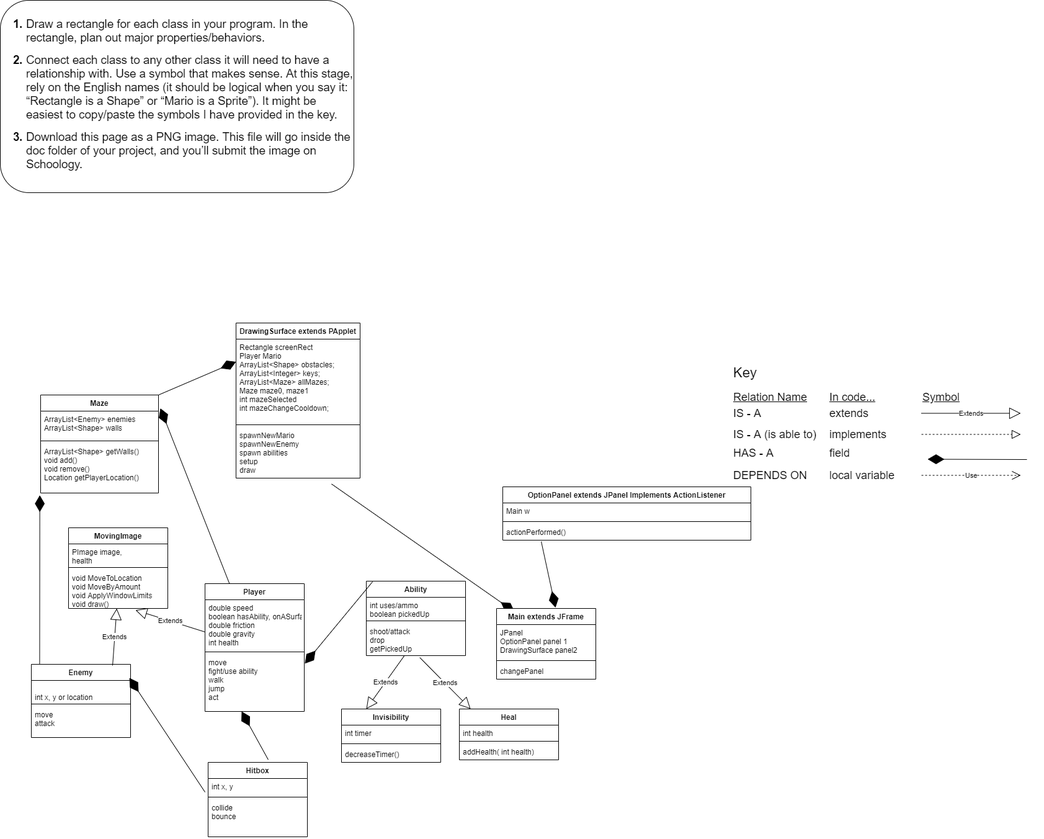
Above: doc/Maze Final Project UML.png in HHSAPCompSci2020/capstone-project-p3-maze-runners (draw.io), before the change. Source tidied: cells renumbered, new cells last; positions are measured from the earlier drawing's top-left corner, leaving out a move shared by most shapes.
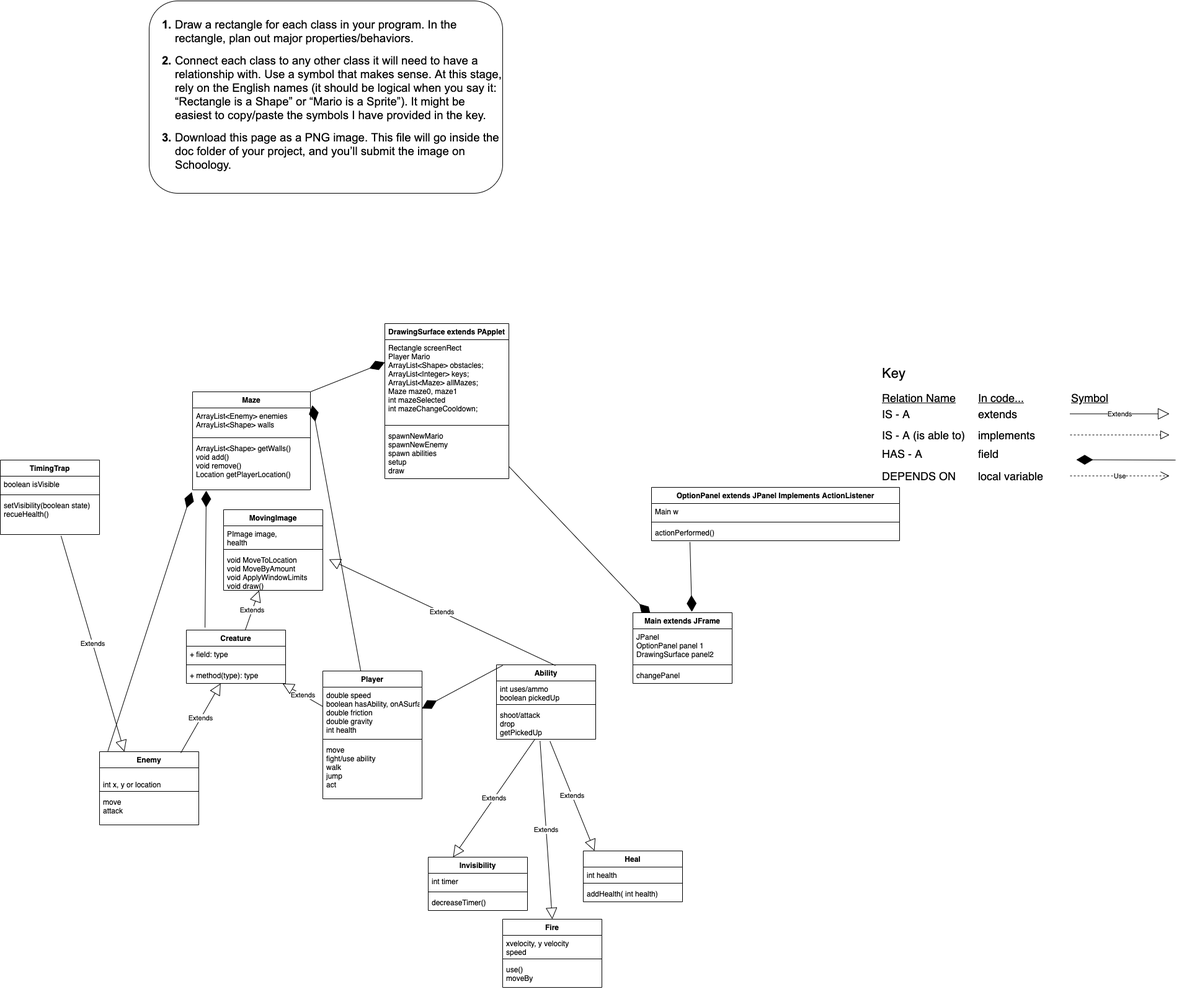
Later version of the same file.

Commit message:
Updated ReadMe and UML diagram

What changed in the source:
```diff
@@ -63,7 +63,7 @@
       </mxGeometry>
     </mxCell>
     <mxCell id="19" value="Maze" style="swimlane;fontStyle=1;align=center;verticalAlign=top;horizontal=1;startSize=26;" parent="1" vertex="1">
-      <mxGeometry x="65" y="636" width="190" height="158" as="geometry" />
+      <mxGeometry x="70" y="630" width="190" height="158" as="geometry" />
     </mxCell>
     <mxCell id="20" value="ArrayList&lt;Enemy&gt; enemies&#10;ArrayList&lt;Shape&gt; walls" style="text;strokeColor=none;fillColor=none;align=left;verticalAlign=top;spacingLeft=4;spacingRight=4;overflow=hidden;" parent="19" vertex="1">
       <mxGeometry y="26" width="190" height="44" as="geometry" />
@@ -75,7 +75,7 @@
       <mxGeometry y="78" width="190" height="80" as="geometry" />
     </mxCell>
     <mxCell id="23" value="Player" style="swimlane;fontStyle=1;align=center;verticalAlign=top;horizontal=1;startSize=26;" parent="1" vertex="1">
-      <mxGeometry x="330" y="940" width="160" height="206" as="geometry" />
+      <mxGeometry x="280" y="1080" width="160" height="206" as="geometry" />
     </mxCell>
     <mxCell id="24" value="double speed&#10;boolean hasAbility, onASurface&#10;double friction&#10;double gravity&#10;int health" style="text;strokeColor=none;fillColor=none;align=left;verticalAlign=top;spacingLeft=4;spacingRight=4;overflow=hidden;" parent="23" vertex="1">
       <mxGeometry y="26" width="160" height="80" as="geometry" />
@@ -86,20 +86,8 @@
     <mxCell id="26" value="move&#10;fight/use ability&#10;walk&#10;jump&#10;act&#10;" style="text;strokeColor=none;fillColor=none;align=left;verticalAlign=top;spacingLeft=4;spacingRight=4;overflow=hidden;points=[[0,0.5],[1,0.5]];portConstraint=eastwest;" parent="23" vertex="1">
       <mxGeometry y="114" width="160" height="92" as="geometry" />
     </mxCell>
-    <mxCell id="27" value="Hitbox" style="swimlane;fontStyle=1;align=center;verticalAlign=top;horizontal=1;startSize=26;" parent="1" vertex="1">
-      <mxGeometry x="335" y="1228" width="160" height="120" as="geometry" />
-    </mxCell>
-    <mxCell id="28" value="int x, y" style="text;strokeColor=none;fillColor=none;align=left;verticalAlign=top;spacingLeft=4;spacingRight=4;overflow=hidden;points=[[0,0.5],[1,0.5]];portConstraint=eastwest;" parent="27" vertex="1">
-      <mxGeometry y="26" width="160" height="26" as="geometry" />
-    </mxCell>
-    <mxCell id="29" style="line;strokeWidth=1;fillColor=none;align=left;verticalAlign=middle;spacingTop=-1;spacingLeft=3;spacingRight=3;labelPosition=right;" parent="27" vertex="1">
-      <mxGeometry y="52" width="160" height="8" as="geometry" />
-    </mxCell>
-    <mxCell id="30" value="collide&#10;bounce&#10;" style="text;strokeColor=none;fillColor=none;align=left;verticalAlign=top;spacingLeft=4;spacingRight=4;overflow=hidden;" parent="27" vertex="1">
-      <mxGeometry y="60" width="160" height="60" as="geometry" />
-    </mxCell>
     <mxCell id="31" value="Enemy" style="swimlane;fontStyle=1;align=center;verticalAlign=top;horizontal=1;startSize=26;" parent="1" vertex="1">
-      <mxGeometry x="50" y="1070" width="160" height="118" as="geometry" />
+      <mxGeometry x="-80" y="1210" width="160" height="118" as="geometry" />
     </mxCell>
     <mxCell id="32" value="&#10;int x, y or location" style="text;strokeColor=none;fillColor=none;align=left;verticalAlign=top;spacingLeft=4;spacingRight=4;overflow=hidden;" parent="31" vertex="1">
       <mxGeometry y="26" width="160" height="34" as="geometry" />
@@ -111,7 +99,7 @@
       <mxGeometry y="68" width="160" height="50" as="geometry" />
     </mxCell>
     <mxCell id="35" value="Ability" style="swimlane;fontStyle=1;align=center;verticalAlign=top;horizontal=1;startSize=26;" parent="1" vertex="1">
-      <mxGeometry x="590" y="936" width="160" height="120" as="geometry" />
+      <mxGeometry x="560" y="1070" width="160" height="120" as="geometry" />
     </mxCell>
     <mxCell id="36" value="int uses/ammo&#10;boolean pickedUp" style="text;strokeColor=none;fillColor=none;align=left;verticalAlign=top;spacingLeft=4;spacingRight=4;overflow=hidden;" parent="35" vertex="1">
       <mxGeometry y="26" width="160" height="34" as="geometry" />
@@ -122,23 +110,17 @@
     <mxCell id="38" value="shoot/attack&#10;drop&#10;getPickedUp&#10;" style="text;strokeColor=none;fillColor=none;align=left;verticalAlign=top;spacingLeft=4;spacingRight=4;overflow=hidden;points=[[0,0.5],[1,0.5]];portConstraint=eastwest;" parent="35" vertex="1">
       <mxGeometry y="68" width="160" height="52" as="geometry" />
     </mxCell>
-    <mxCell id="39" style="endArrow=diamondThin;endFill=1;endSize=24;html=1;exitX=0.063;exitY=0.008;exitDx=0;exitDy=0;exitPerimeter=0;entryX=1.006;entryY=0.161;entryDx=0;entryDy=0;entryPerimeter=0;" parent="1" edge="1" source="35" target="26">
+    <mxCell id="39" style="endArrow=diamondThin;endFill=1;endSize=24;html=1;exitX=0.063;exitY=0.008;exitDx=0;exitDy=0;exitPerimeter=0;" parent="1" edge="1" source="35" target="23">
       <mxGeometry relative="1" as="geometry" />
     </mxCell>
-    <mxCell id="40" style="endArrow=diamondThin;endFill=1;endSize=24;html=1;exitX=0.606;exitY=-0.035;exitDx=0;exitDy=0;entryX=0.369;entryY=1;entryDx=0;entryDy=0;entryPerimeter=0;exitPerimeter=0;" parent="1" edge="1" source="27" target="26">
-      <mxGeometry relative="1" as="geometry" />
-    </mxCell>
-    <mxCell id="41" style="endArrow=diamondThin;endFill=1;endSize=24;html=1;exitX=-0.031;exitY=0.846;exitDx=0;exitDy=0;entryX=0.988;entryY=0.186;entryDx=0;entryDy=0;entryPerimeter=0;exitPerimeter=0;" parent="1" edge="1" source="28" target="31">
-      <mxGeometry relative="1" as="geometry" />
-    </mxCell>
-    <mxCell id="42" style="endArrow=diamondThin;endFill=1;endSize=24;html=1;exitX=0.77;exitY=1.115;exitDx=0;exitDy=0;exitPerimeter=0;entryX=0.181;entryY=0.047;entryDx=0;entryDy=0;entryPerimeter=0;" parent="1" edge="1" source="51" target="54">
+    <mxCell id="42" style="endArrow=diamondThin;endFill=1;endSize=24;html=1;entryX=0.181;entryY=0.047;entryDx=0;entryDy=0;entryPerimeter=0;" parent="1" edge="1" source="48" target="54">
       <mxGeometry relative="1" as="geometry" />
     </mxCell>
     <mxCell id="43" style="endArrow=diamondThin;endFill=1;endSize=24;html=1;entryX=-0.007;entryY=1.045;entryDx=0;entryDy=0;entryPerimeter=0;exitX=0.084;exitY=-0.008;exitDx=0;exitDy=0;exitPerimeter=0;" parent="1" edge="1" source="31" target="22">
       <mxGeometry relative="1" as="geometry" />
     </mxCell>
     <mxCell id="44" value="MovingImage" style="swimlane;fontStyle=1;align=center;verticalAlign=top;horizontal=1;startSize=26;" parent="1" vertex="1">
-      <mxGeometry x="110" y="850" width="160" height="130" as="geometry" />
+      <mxGeometry x="120" y="820" width="160" height="130" as="geometry" />
     </mxCell>
     <mxCell id="45" value="PImage image, &#10;health" style="text;strokeColor=none;fillColor=none;align=left;verticalAlign=top;spacingLeft=4;spacingRight=4;overflow=hidden;" parent="44" vertex="1">
       <mxGeometry y="26" width="160" height="34" as="geometry" />
@@ -161,14 +143,14 @@
     <mxCell id="51" value="spawnNewMario&#10;spawnNewEnemy&#10;spawn abilities&#10;setup&#10;draw" style="text;strokeColor=none;fillColor=none;align=left;verticalAlign=top;spacingLeft=4;spacingRight=4;overflow=hidden;points=[[0,0.5],[1,0.5]];portConstraint=eastwest;" parent="48" vertex="1">
       <mxGeometry y="168" width="200" height="82" as="geometry" />
     </mxCell>
-    <mxCell id="52" value="Extends" style="endArrow=block;endSize=16;endFill=0;html=1;exitX=0.819;exitY=0.017;exitDx=0;exitDy=0;exitPerimeter=0;" parent="1" edge="1" source="31" target="47">
+    <mxCell id="52" value="Extends" style="endArrow=block;endSize=16;endFill=0;html=1;exitX=0.819;exitY=0.017;exitDx=0;exitDy=0;exitPerimeter=0;" parent="1" edge="1" source="31" target="80">
       <mxGeometry relative="1" as="geometry" />
     </mxCell>
-    <mxCell id="53" value="Extends" style="endArrow=block;endSize=16;endFill=0;html=1;entryX=0.675;entryY=1.044;entryDx=0;entryDy=0;entryPerimeter=0;" parent="1" edge="1" source="23" target="47">
+    <mxCell id="53" value="Extends" style="endArrow=block;endSize=16;endFill=0;html=1;" parent="1" edge="1" source="23" target="80">
       <mxGeometry relative="1" as="geometry" />
     </mxCell>
     <mxCell id="54" value="Main extends JFrame" style="swimlane;fontStyle=1;align=center;verticalAlign=top;horizontal=1;startSize=26;" parent="1" vertex="1">
-      <mxGeometry x="800" y="980" width="160" height="114" as="geometry" />
+      <mxGeometry x="780" y="986" width="160" height="114" as="geometry" />
     </mxCell>
     <mxCell id="55" value="JPanel&#10;OptionPanel panel 1&#10;DrawingSurface panel2" style="text;strokeColor=none;fillColor=none;align=left;verticalAlign=top;spacingLeft=4;spacingRight=4;overflow=hidden;" parent="54" vertex="1">
       <mxGeometry y="26" width="160" height="54" as="geometry" />
@@ -201,7 +183,7 @@
       </mxGeometry>
     </mxCell>
     <mxCell id="64" value="Invisibility" style="swimlane;fontStyle=1;align=center;verticalAlign=top;horizontal=1;startSize=26;" parent="1" vertex="1">
-      <mxGeometry x="550" y="1142" width="160" height="86" as="geometry" />
+      <mxGeometry x="450" y="1380" width="160" height="86" as="geometry" />
     </mxCell>
     <mxCell id="65" value="int timer" style="text;strokeColor=none;fillColor=none;align=left;verticalAlign=top;spacingLeft=4;spacingRight=4;overflow=hidden;" parent="64" vertex="1">
       <mxGeometry y="26" width="160" height="26" as="geometry" />
@@ -219,7 +201,7 @@
       <mxGeometry relative="1" as="geometry" />
     </mxCell>
     <mxCell id="70" value="Heal" style="swimlane;fontStyle=1;align=center;verticalAlign=top;horizontal=1;startSize=26;" parent="1" vertex="1">
-      <mxGeometry x="740" y="1142" width="160" height="82" as="geometry" />
+      <mxGeometry x="700" y="1370" width="160" height="82" as="geometry" />
     </mxCell>
     <mxCell id="71" value="int health" style="text;strokeColor=none;fillColor=none;align=left;verticalAlign=top;spacingLeft=4;spacingRight=4;overflow=hidden;" parent="70" vertex="1">
       <mxGeometry y="26" width="160" height="22" as="geometry" />
@@ -233,5 +215,58 @@
     <mxCell id="74" value="Extends" style="endArrow=block;endSize=16;endFill=0;html=1;entryX=0.113;entryY=-0.002;entryDx=0;entryDy=0;exitX=0.539;exitY=1.059;exitDx=0;exitDy=0;exitPerimeter=0;entryPerimeter=0;" parent="1" edge="1" source="38" target="70">
       <mxGeometry relative="1" as="geometry" />
     </mxCell>
+    <mxCell id="75" value="Fire" style="swimlane;fontStyle=1;align=center;verticalAlign=top;horizontal=1;startSize=26;" parent="1" vertex="1">
+      <mxGeometry x="570" y="1480" width="160" height="110" as="geometry" />
+    </mxCell>
+    <mxCell id="76" value="xvelocity, y velocity&#10;speed" style="text;strokeColor=none;fillColor=none;align=left;verticalAlign=top;spacingLeft=4;spacingRight=4;overflow=hidden;" parent="75" vertex="1">
+      <mxGeometry y="26" width="160" height="34" as="geometry" />
+    </mxCell>
+    <mxCell id="77" style="line;strokeWidth=1;fillColor=none;align=left;verticalAlign=middle;spacingTop=-1;spacingLeft=3;spacingRight=3;labelPosition=right;" parent="75" vertex="1">
+      <mxGeometry y="60" width="160" height="8" as="geometry" />
+    </mxCell>
+    <mxCell id="78" value="use()&#10;moveBy" style="text;strokeColor=none;fillColor=none;align=left;verticalAlign=top;spacingLeft=4;spacingRight=4;overflow=hidden;" parent="75" vertex="1">
+      <mxGeometry y="68" width="160" height="42" as="geometry" />
+    </mxCell>
+    <mxCell id="79" value="Extends" style="endArrow=block;endSize=16;endFill=0;html=1;exitX=0.439;exitY=1.052;exitDx=0;exitDy=0;exitPerimeter=0;entryX=0.5;entryY=0;entryDx=0;entryDy=0;" parent="1" edge="1" source="38" target="75">
+      <mxGeometry relative="1" as="geometry" />
+    </mxCell>
+    <mxCell id="80" value="Creature" style="swimlane;fontStyle=1;align=center;verticalAlign=top;horizontal=1;startSize=26;" parent="1" vertex="1">
+      <mxGeometry x="60" y="1014" width="160" height="86" as="geometry" />
+    </mxCell>
+    <mxCell id="81" value="+ field: type" style="text;strokeColor=none;fillColor=none;align=left;verticalAlign=top;spacingLeft=4;spacingRight=4;overflow=hidden;" parent="80" vertex="1">
+      <mxGeometry y="26" width="160" height="26" as="geometry" />
+    </mxCell>
+    <mxCell id="82" style="line;strokeWidth=1;fillColor=none;align=left;verticalAlign=middle;spacingTop=-1;spacingLeft=3;spacingRight=3;labelPosition=right;" parent="80" vertex="1">
+      <mxGeometry y="52" width="160" height="8" as="geometry" />
+    </mxCell>
+    <mxCell id="83" value="+ method(type): type" style="text;strokeColor=none;fillColor=none;align=left;verticalAlign=top;spacingLeft=4;spacingRight=4;overflow=hidden;" parent="80" vertex="1">
+      <mxGeometry y="60" width="160" height="26" as="geometry" />
+    </mxCell>
+    <mxCell id="84" value="Extends" style="endArrow=block;endSize=16;endFill=0;html=1;" parent="1" edge="1" source="80" target="44">
+      <mxGeometry relative="1" as="geometry" />
+    </mxCell>
+    <mxCell id="85" value="Extends" style="endArrow=block;endSize=16;endFill=0;html=1;exitX=0.594;exitY=0.009;exitDx=0;exitDy=0;exitPerimeter=0;entryX=1.063;entryY=0.194;entryDx=0;entryDy=0;entryPerimeter=0;" parent="1" edge="1" source="35" target="47">
+      <mxGeometry relative="1" as="geometry" />
+    </mxCell>
+    <mxCell id="86" value="TimingTrap" style="swimlane;fontStyle=1;align=center;verticalAlign=top;horizontal=1;startSize=26;" parent="1" vertex="1">
+      <mxGeometry x="-240" y="740" width="160" height="120" as="geometry" />
+    </mxCell>
+    <mxCell id="87" value="boolean isVisible" style="text;strokeColor=none;fillColor=none;align=left;verticalAlign=top;spacingLeft=4;spacingRight=4;overflow=hidden;" parent="86" vertex="1">
+      <mxGeometry y="26" width="160" height="26" as="geometry" />
+    </mxCell>
+    <mxCell id="88" style="line;strokeWidth=1;fillColor=none;align=left;verticalAlign=middle;spacingTop=-1;spacingLeft=3;spacingRight=3;labelPosition=right;" parent="86" vertex="1">
+      <mxGeometry y="52" width="160" height="8" as="geometry" />
+    </mxCell>
+    <mxCell id="89" value="setVisibility(boolean state)&#10;recueHealth()" style="text;strokeColor=none;fillColor=none;align=left;verticalAlign=top;spacingLeft=4;spacingRight=4;overflow=hidden;points=[[0,0.5],[1,0.5]];portConstraint=eastwest;" parent="86" vertex="1">
+      <mxGeometry y="60" width="160" height="60" as="geometry" />
+    </mxCell>
+    <mxCell id="90" value="Extends" style="endArrow=block;endSize=16;endFill=0;html=1;exitX=0.612;exitY=1.037;exitDx=0;exitDy=0;exitPerimeter=0;" parent="1" edge="1" source="89">
+      <mxGeometry relative="1" as="geometry">
+        <mxPoint x="-40" y="1210" as="targetPoint" />
+      </mxGeometry>
+    </mxCell>
+    <mxCell id="91" style="endArrow=diamondThin;endFill=1;endSize=24;html=1;entryX=0.116;entryY=1.016;entryDx=0;entryDy=0;entryPerimeter=0;exitX=0.188;exitY=-0.047;exitDx=0;exitDy=0;exitPerimeter=0;" parent="1" edge="1" source="80" target="22">
+      <mxGeometry relative="1" as="geometry" />
+    </mxCell>
   </root>
 </mxGraphModel>
```
